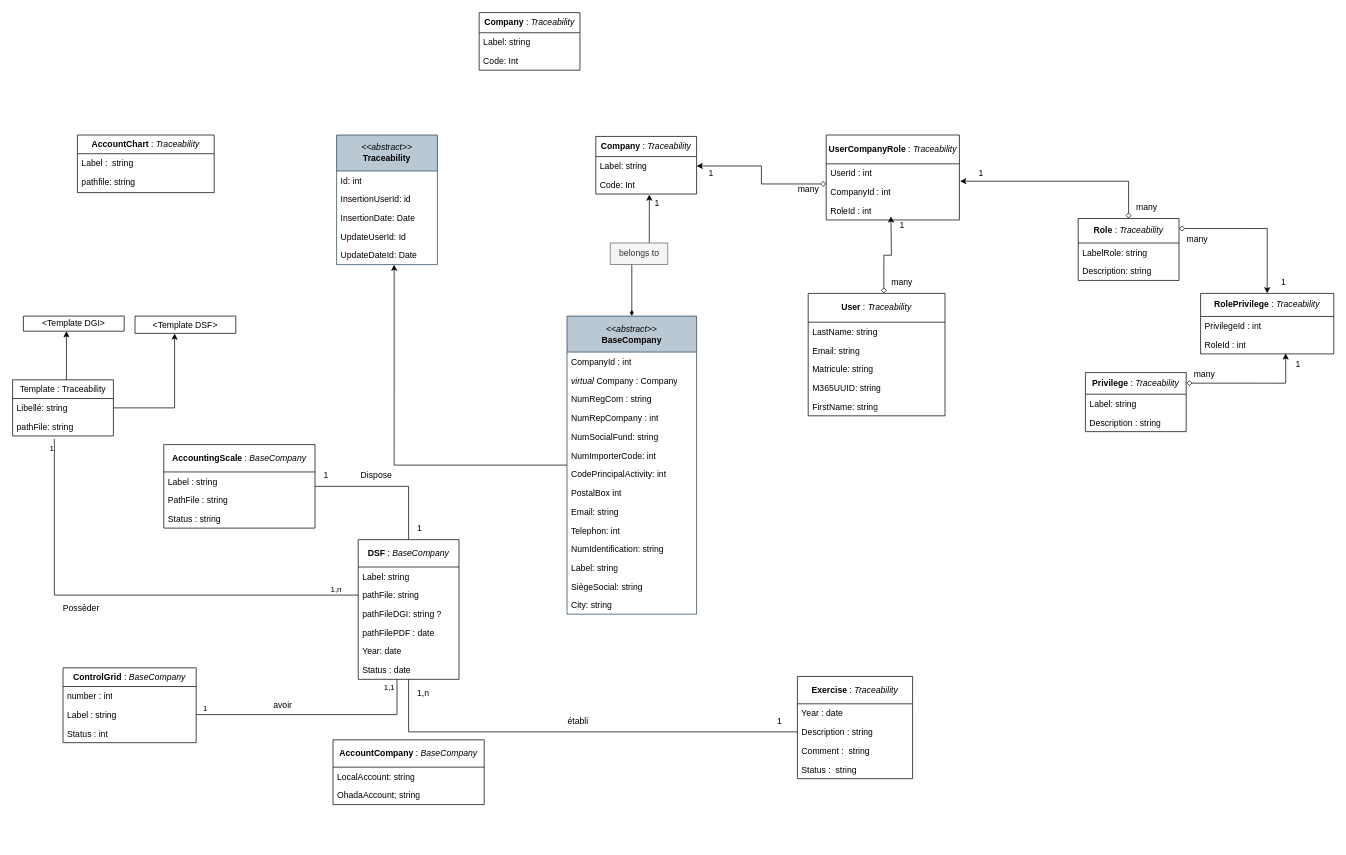
Above: page "Diagramme_classe" (1 of 5) of Conception_DSF.drawio in Michelle-Ngami/Conception_DSF (draw.io), before the change. Source tidied: cells renumbered, new cells numbered last; positions are measured from the earlier drawing's top-left corner, leaving out a move shared by most shapes. Both pictures are drawn from the tidied source at 72%, with x=0, y=0 at pixel (12, 12).
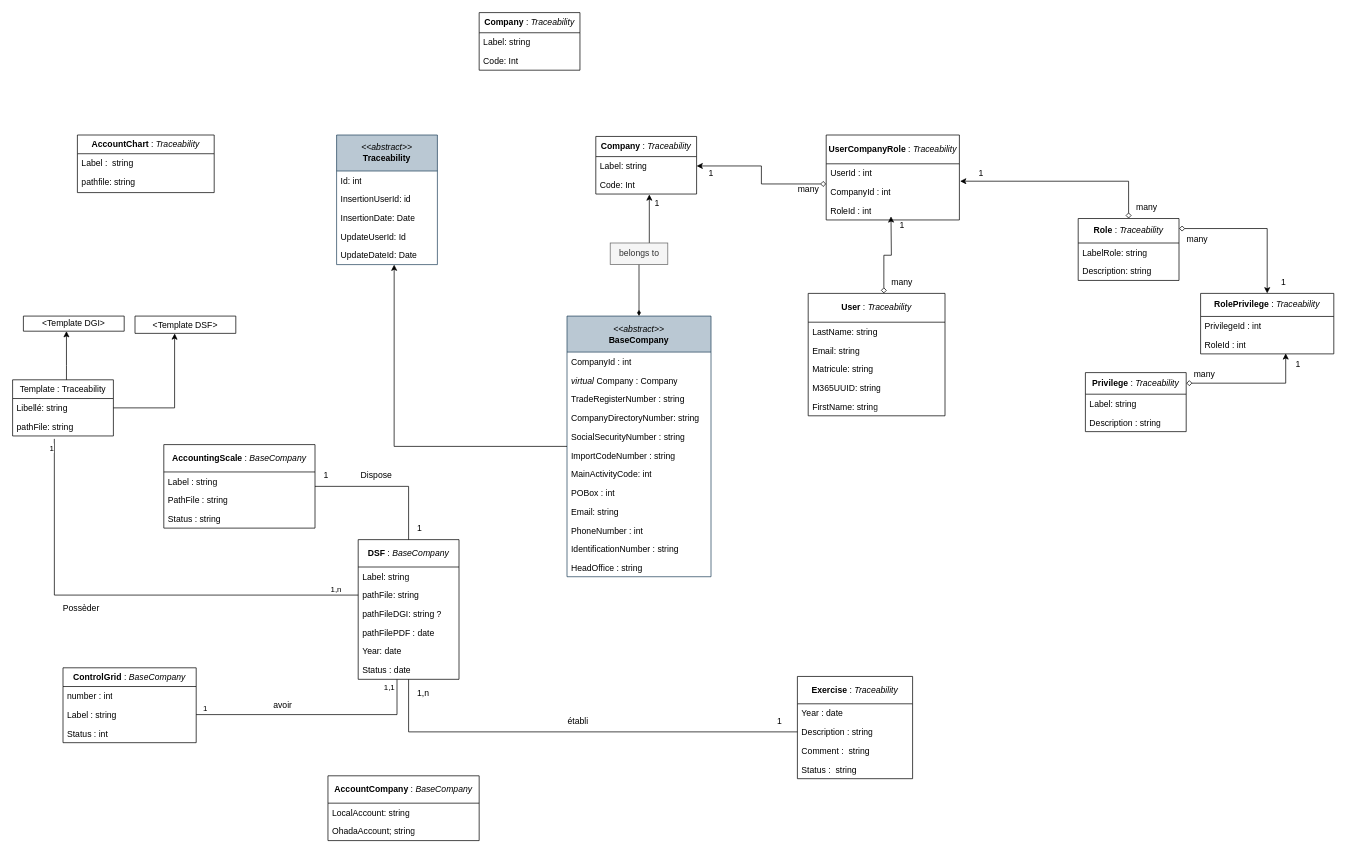
Above is the later version.

Commit message:
Mettre à jour Conception_DSF.drawio

Diff of the diagram source:
```diff
@@
     <mxCell id="25" value="&lt;b&gt;AccountCompany&lt;/b&gt; : &lt;i&gt;BaseCompany&lt;/i&gt;" style="swimlane;fontStyle=0;horizontal=1;startSize=38;fillColor=none;whiteSpace=wrap;html=1;" parent="1" vertex="1">
-      <mxGeometry x="445" y="1010" width="210" height="90" as="geometry" />
+      <mxGeometry x="438" y="1060" width="210" height="90" as="geometry" />
     </mxCell>
@@
     <mxCell id="60" value="&lt;div&gt;&lt;i&gt;&amp;lt;&amp;lt;abstract&amp;gt;&amp;gt;&lt;/i&gt;&lt;br&gt;&lt;/div&gt;&lt;b&gt;BaseCompany&lt;/b&gt;" style="swimlane;fontStyle=0;horizontal=1;startSize=50;fillColor=#bac8d3;whiteSpace=wrap;html=1;strokeColor=#23445d;" parent="1" vertex="1">
-      <mxGeometry x="770" y="421.5" width="180" height="414" as="geometry" />
+      <mxGeometry x="770" y="421.5" width="200" height="362" as="geometry" />
     </mxCell>
     <mxCell id="61" value="CompanyId : int" style="text;strokeColor=none;fillColor=none;align=left;verticalAlign=top;spacingLeft=4;spacingRight=4;overflow=hidden;whiteSpace=wrap;html=1;" parent="60" vertex="1">
-      <mxGeometry y="50" width="180" height="26" as="geometry" />
+      <mxGeometry y="50" width="200" height="26" as="geometry" />
     </mxCell>
     <mxCell id="62" value="&lt;i&gt;virtual &lt;/i&gt;Company : Company" style="text;strokeColor=none;fillColor=none;align=left;verticalAlign=top;spacingLeft=4;spacingRight=4;overflow=hidden;whiteSpace=wrap;html=1;" parent="60" vertex="1">
-      <mxGeometry y="76" width="180" height="26" as="geometry" />
+      <mxGeometry y="76" width="200" height="26" as="geometry" />
     </mxCell>
-    <mxCell id="63" value="NumRegCom : string" style="text;strokeColor=none;fillColor=none;align=left;verticalAlign=top;spacingLeft=4;spacingRight=4;overflow=hidden;whiteSpace=wrap;html=1;" parent="60" vertex="1">
-      <mxGeometry y="102" width="180" height="26" as="geometry" />
+    <mxCell id="63" value="TradeRegisterNumber : string" style="text;strokeColor=none;fillColor=none;align=left;verticalAlign=top;spacingLeft=4;spacingRight=4;overflow=hidden;whiteSpace=wrap;html=1;" parent="60" vertex="1">
+      <mxGeometry y="102" width="200" height="26" as="geometry" />
     </mxCell>
-    <mxCell id="64" value="NumRepCompany : int" style="text;strokeColor=none;fillColor=none;align=left;verticalAlign=top;spacingLeft=4;spacingRight=4;overflow=hidden;whiteSpace=wrap;html=1;" parent="60" vertex="1">
-      <mxGeometry y="128" width="180" height="26" as="geometry" />
+    <mxCell id="64" value="CompanyDirectoryNumber: string" style="text;strokeColor=none;fillColor=none;align=left;verticalAlign=top;spacingLeft=4;spacingRight=4;overflow=hidden;whiteSpace=wrap;html=1;" parent="60" vertex="1">
+      <mxGeometry y="128" width="200" height="26" as="geometry" />
     </mxCell>
-    <mxCell id="65" value="NumSocialFund: string" style="text;strokeColor=none;fillColor=none;align=left;verticalAlign=top;spacingLeft=4;spacingRight=4;overflow=hidden;whiteSpace=wrap;html=1;" parent="60" vertex="1">
-      <mxGeometry y="154" width="180" height="26" as="geometry" />
+    <mxCell id="65" value="SocialSecurityNumber : string" style="text;strokeColor=none;fillColor=none;align=left;verticalAlign=top;spacingLeft=4;spacingRight=4;overflow=hidden;whiteSpace=wrap;html=1;" parent="60" vertex="1">
+      <mxGeometry y="154" width="200" height="26" as="geometry" />
     </mxCell>
-    <mxCell id="66" value="NumImporterCode: int" style="text;strokeColor=none;fillColor=none;align=left;verticalAlign=top;spacingLeft=4;spacingRight=4;overflow=hidden;whiteSpace=wrap;html=1;" parent="60" vertex="1">
-      <mxGeometry y="180" width="180" height="26" as="geometry" />
+    <mxCell id="66" value="ImportCodeNumber : string" style="text;strokeColor=none;fillColor=none;align=left;verticalAlign=top;spacingLeft=4;spacingRight=4;overflow=hidden;whiteSpace=wrap;html=1;" parent="60" vertex="1">
+      <mxGeometry y="180" width="200" height="26" as="geometry" />
     </mxCell>
-    <mxCell id="67" value="CodePrincipalActivity: int" style="text;strokeColor=none;fillColor=none;align=left;verticalAlign=top;spacingLeft=4;spacingRight=4;overflow=hidden;whiteSpace=wrap;html=1;" parent="60" vertex="1">
-      <mxGeometry y="206" width="180" height="26" as="geometry" />
+    <mxCell id="67" value="MainActivityCode: int" style="text;strokeColor=none;fillColor=none;align=left;verticalAlign=top;spacingLeft=4;spacingRight=4;overflow=hidden;whiteSpace=wrap;html=1;" parent="60" vertex="1">
+      <mxGeometry y="206" width="200" height="26" as="geometry" />
     </mxCell>
-    <mxCell id="68" value="PostalBox int" style="text;strokeColor=none;fillColor=none;align=left;verticalAlign=top;spacingLeft=4;spacingRight=4;overflow=hidden;whiteSpace=wrap;html=1;" parent="60" vertex="1">
-      <mxGeometry y="232" width="180" height="26" as="geometry" />
+    <mxCell id="68" value="POBox : int" style="text;strokeColor=none;fillColor=none;align=left;verticalAlign=top;spacingLeft=4;spacingRight=4;overflow=hidden;whiteSpace=wrap;html=1;" parent="60" vertex="1">
+      <mxGeometry y="232" width="200" height="26" as="geometry" />
     </mxCell>
     <mxCell id="69" value="Email: string" style="text;strokeColor=none;fillColor=none;align=left;verticalAlign=top;spacingLeft=4;spacingRight=4;overflow=hidden;whiteSpace=wrap;html=1;" parent="60" vertex="1">
-      <mxGeometry y="258" width="180" height="26" as="geometry" />
+      <mxGeometry y="258" width="200" height="26" as="geometry" />
     </mxCell>
-    <mxCell id="70" value="Telephon: int" style="text;strokeColor=none;fillColor=none;align=left;verticalAlign=top;spacingLeft=4;spacingRight=4;overflow=hidden;whiteSpace=wrap;html=1;" parent="60" vertex="1">
-      <mxGeometry y="284" width="180" height="26" as="geometry" />
+    <mxCell id="70" value="PhoneNumber : int" style="text;strokeColor=none;fillColor=none;align=left;verticalAlign=top;spacingLeft=4;spacingRight=4;overflow=hidden;whiteSpace=wrap;html=1;" parent="60" vertex="1">
+      <mxGeometry y="284" width="200" height="26" as="geometry" />
     </mxCell>
-    <mxCell id="71" value="NumIdentification: string" style="text;strokeColor=none;fillColor=none;align=left;verticalAlign=top;spacingLeft=4;spacingRight=4;overflow=hidden;whiteSpace=wrap;html=1;" parent="60" vertex="1">
-      <mxGeometry y="310" width="180" height="26" as="geometry" />
+    <mxCell id="71" value="IdentificationNumber : string" style="text;strokeColor=none;fillColor=none;align=left;verticalAlign=top;spacingLeft=4;spacingRight=4;overflow=hidden;whiteSpace=wrap;html=1;" parent="60" vertex="1">
+      <mxGeometry y="310" width="200" height="26" as="geometry" />
     </mxCell>
-    <mxCell id="72" value="Label: string" style="text;strokeColor=none;fillColor=none;align=left;verticalAlign=top;spacingLeft=4;spacingRight=4;overflow=hidden;whiteSpace=wrap;html=1;" parent="60" vertex="1">
-      <mxGeometry y="336" width="180" height="26" as="geometry" />
-    </mxCell>
-    <mxCell id="73" value="SiègeSocial: string" style="text;strokeColor=none;fillColor=none;align=left;verticalAlign=top;spacingLeft=4;spacingRight=4;overflow=hidden;whiteSpace=wrap;html=1;" parent="60" vertex="1">
-      <mxGeometry y="362" width="180" height="26" as="geometry" />
+    <mxCell id="73" value="HeadOffice : string" style="text;strokeColor=none;fillColor=none;align=left;verticalAlign=top;spacingLeft=4;spacingRight=4;overflow=hidden;whiteSpace=wrap;html=1;" parent="60" vertex="1">
+      <mxGeometry y="336" width="200" height="26" as="geometry" />
     </mxCell>
-    <mxCell id="74" value="City: string" style="text;strokeColor=none;fillColor=none;align=left;verticalAlign=top;spacingLeft=4;spacingRight=4;overflow=hidden;whiteSpace=wrap;html=1;" parent="60" vertex="1">
-      <mxGeometry y="388" width="180" height="26" as="geometry" />
-    </mxCell>
```
